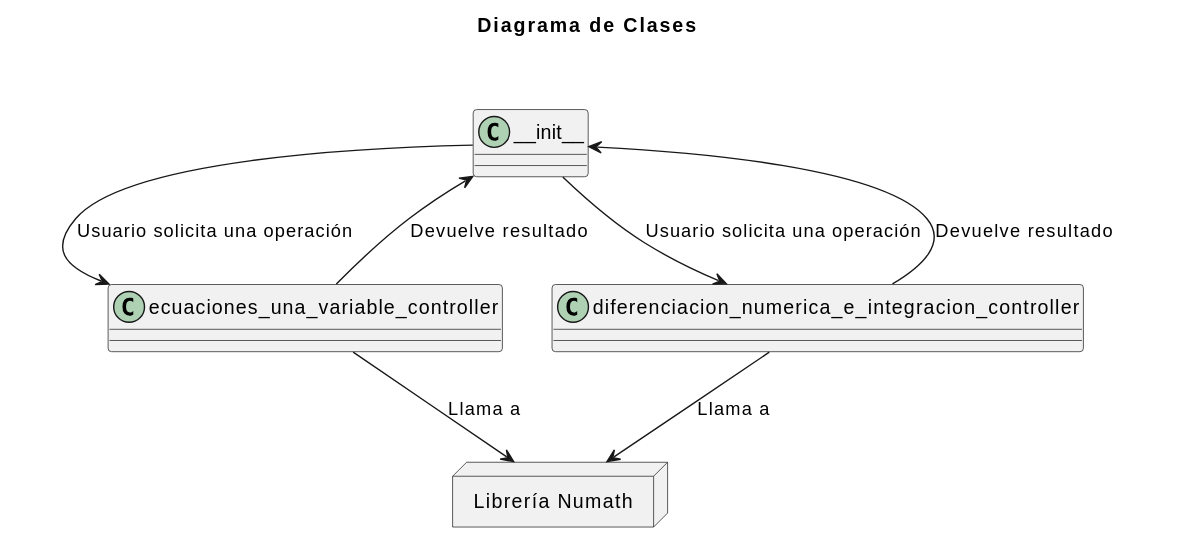
rodri5villa/numath-API keeps this PlantUML diagram as imágenes/modelosUML/diagramaClases.svg. Above is the earlier version.
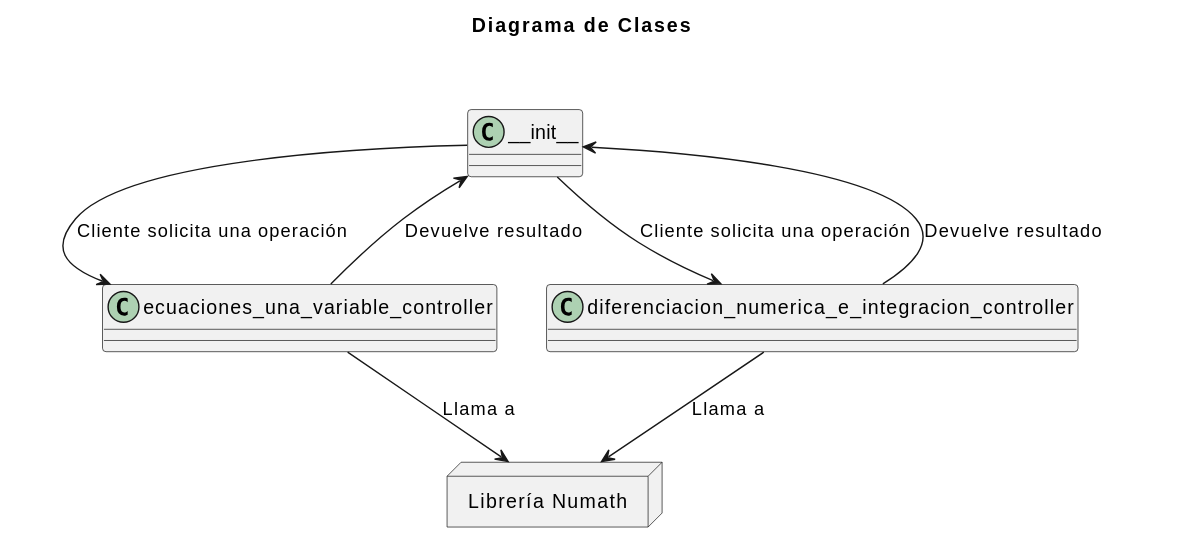
After the commit.

Commit message:
mejoras usuario2

Change to the diagram source:
```diff
@@ -18,8 +18,8 @@
 node "Librería Numath" as PyLibrary {
 }
 
-__init__ --> ecuaciones_una_variable_controller : "Usuario solicita una operación"
-__init__ --> diferenciacion_numerica_e_integracion_controller: "Usuario solicita una operación"
+__init__ --> ecuaciones_una_variable_controller : "Cliente solicita una operación"
+__init__ --> diferenciacion_numerica_e_integracion_controller: "Cliente solicita una operación"
 
 ecuaciones_una_variable_controller --> PyLibrary : "Llama a"
 diferenciacion_numerica_e_integracion_controller --> PyLibrary : "Llama a"
```
